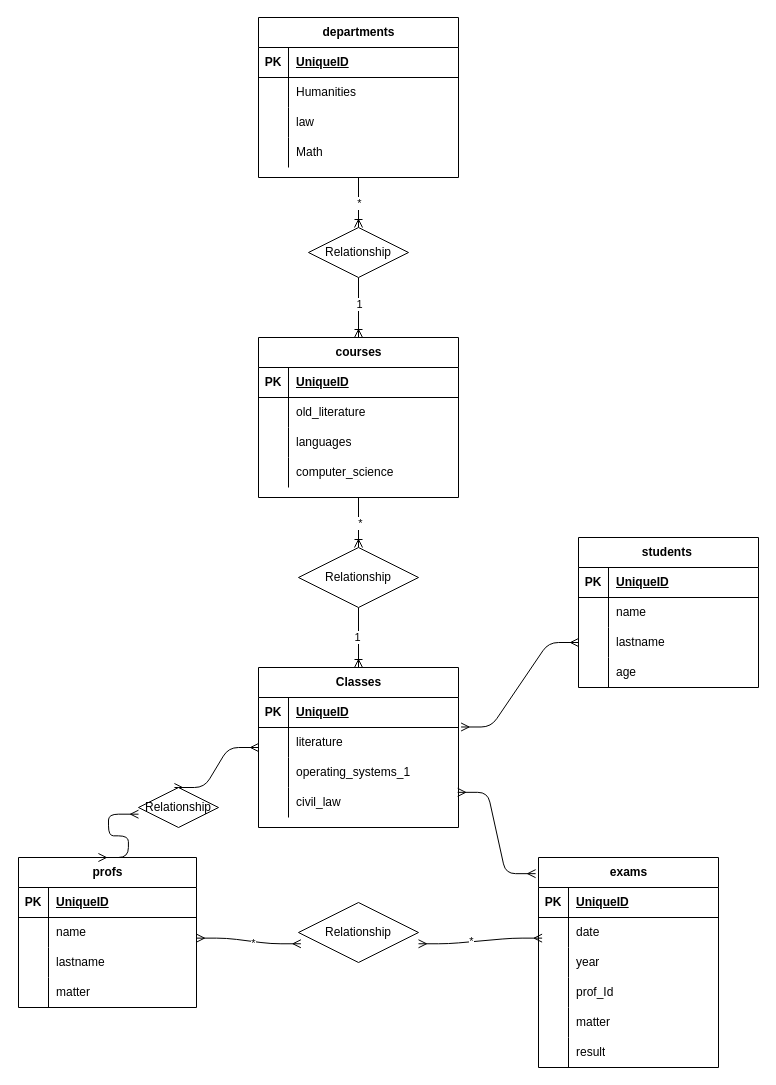
Above: drawio/.drawio in marzia-blasi/db-university (draw.io), before the change. Source tidied: cells renumbered, new cells numbered last; positions are measured from the earlier drawing's top-left corner, leaving out a move shared by most shapes. Both pictures are drawn from the tidied source at 100%, with x=0, y=0 at pixel (18, 17).
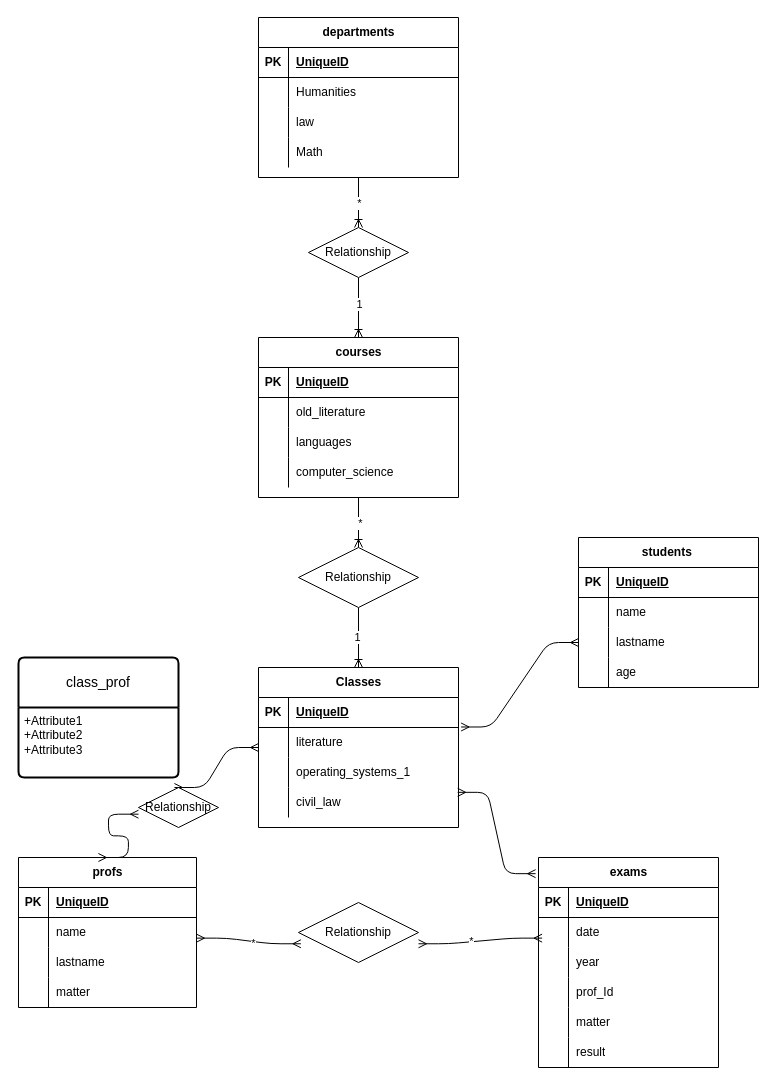
Above is the later version.

Commit message (it also covers changes not shown here):
Add class_prof entity and update README with comprehensive database structure for university management

Change to the diagram source:
```diff
@@
+    <mxCell id="106" value="class_prof" style="swimlane;horizontal=1;startSize=50;rounded=1;fontSize=14;fontStyle=0;strokeWidth=2;shadow=0;dashed=0;align=center;arcSize=4;whiteSpace=wrap;html=1;" parent="1" vertex="1">
+      <mxGeometry y="640" width="160" height="120" as="geometry" />
+    </mxCell>
+    <mxCell id="107" value="+Attribute1&#10;+Attribute2&#10;+Attribute3" style="align=left;strokeColor=none;fillColor=none;spacingLeft=4;fontSize=12;verticalAlign=top;html=1;" parent="106" vertex="1">
+      <mxGeometry y="50" width="160" height="70" as="geometry" />
+    </mxCell>
```
